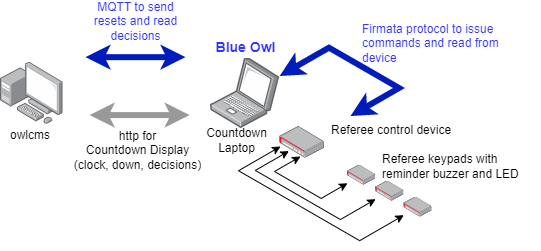
This is build-it-yourself/overview.drawio.png from nemikor-solutions/blue-owl-core, a draw.io export, as it was before one commit. Source tidied: cells renumbered, new cells last; positions are measured from the earlier drawing's top-left corner, leaving out a move shared by most shapes.
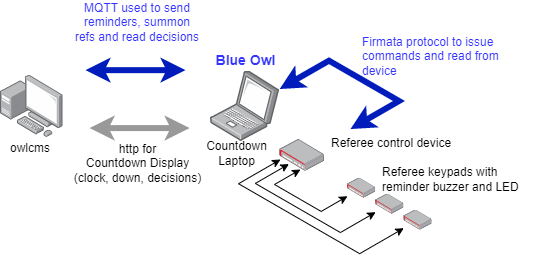
The same file after the commit.

Commit message:
updated MQTT comment

Diff of the diagram source:
```diff
@@ -40,8 +40,8 @@
         <mxPoint x="185" y="50.7" as="targetPoint" />
       </mxGeometry>
     </mxCell>
-    <mxCell id="11" value="MQTT to send resets and read decisions" style="text;strokeColor=none;align=center;fillColor=none;html=1;verticalAlign=middle;whiteSpace=wrap;rounded=0;fontColor=#3333FF;" parent="1" vertex="1">
-      <mxGeometry x="88.2" y="-0.5" width="95" height="30" as="geometry" />
+    <mxCell id="11" value="MQTT used to send reminders, summon refs and read decisions" style="text;strokeColor=none;align=center;fillColor=none;html=1;verticalAlign=middle;whiteSpace=wrap;rounded=0;fontColor=#3333FF;" parent="1" vertex="1">
+      <mxGeometry x="72.3" y="-19" width="130.1" height="44.5" as="geometry" />
     </mxCell>
     <mxCell id="12" value="owlcms" style="text;strokeColor=none;align=center;fillColor=none;html=1;verticalAlign=middle;whiteSpace=wrap;rounded=0;" parent="1" vertex="1">
       <mxGeometry y="113.6" width="60" height="30" as="geometry" />
```
